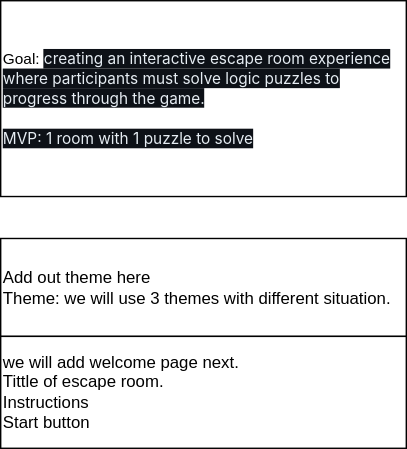
The draw.io diagram ker-escape-room.drawio.svg in SchoolOfCode/escape-room-hackathon-koding-exceptional-repo-s, before a commit. Source tidied: cells renumbered, new cells last; positions are measured from the earlier drawing's top-left corner, leaving out a move shared by most shapes.
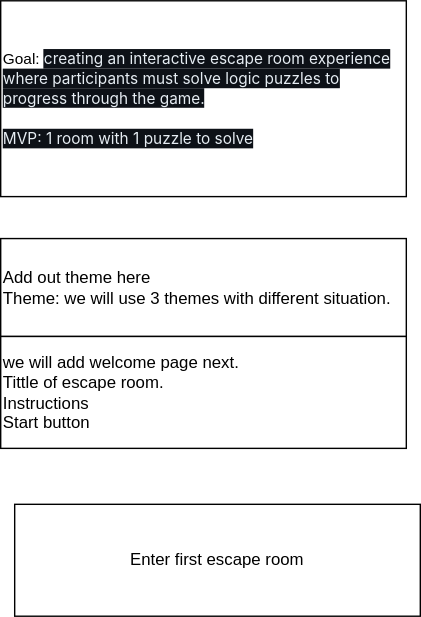
After the change.

Commit message:
First escape room

The edit, as a diff of the source:
```diff
@@ -11,5 +11,8 @@
     <mxCell id="4" value="we will add welcome page next.&lt;br&gt;Tittle of escape room.&lt;br&gt;Instructions&lt;br&gt;Start button" style="rounded=0;whiteSpace=wrap;html=1;align=left;" parent="1" vertex="1">
       <mxGeometry y="240" width="290" height="80" as="geometry" />
     </mxCell>
+    <mxCell id="5" value="Enter first escape room" style="rounded=0;whiteSpace=wrap;html=1;align=center;" parent="1" vertex="1">
+      <mxGeometry x="10" y="360" width="290" height="80" as="geometry" />
+    </mxCell>
   </root>
 </mxGraphModel>
```
